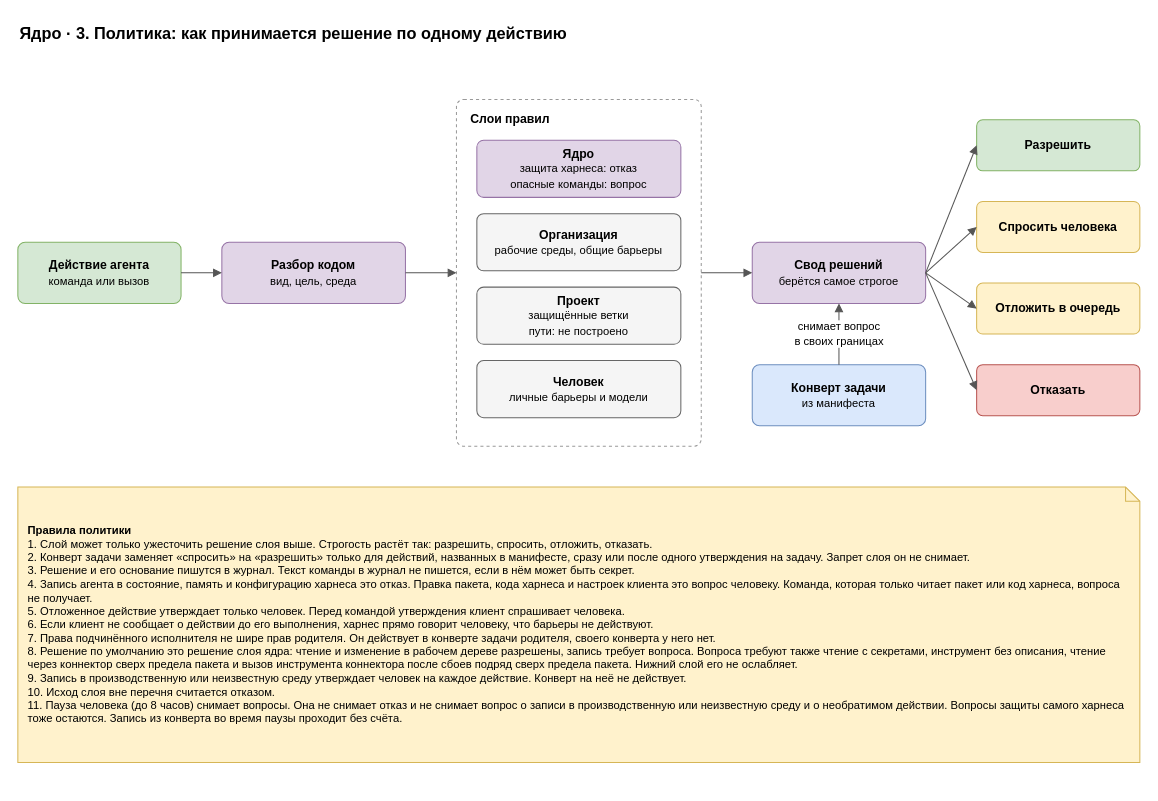
Earlier version of the draw.io diagram page "3. Решение политики" (3 of 7) of docs/spec/harness-core.drawio (roygkov/reins). Source tidied: cells renumbered, new cells numbered last; positions are measured from the earlier drawing's top-left corner, leaving out a move shared by most shapes. Both pictures are drawn from the tidied source at 102%, with x=0, y=0 at pixel (17, 17).
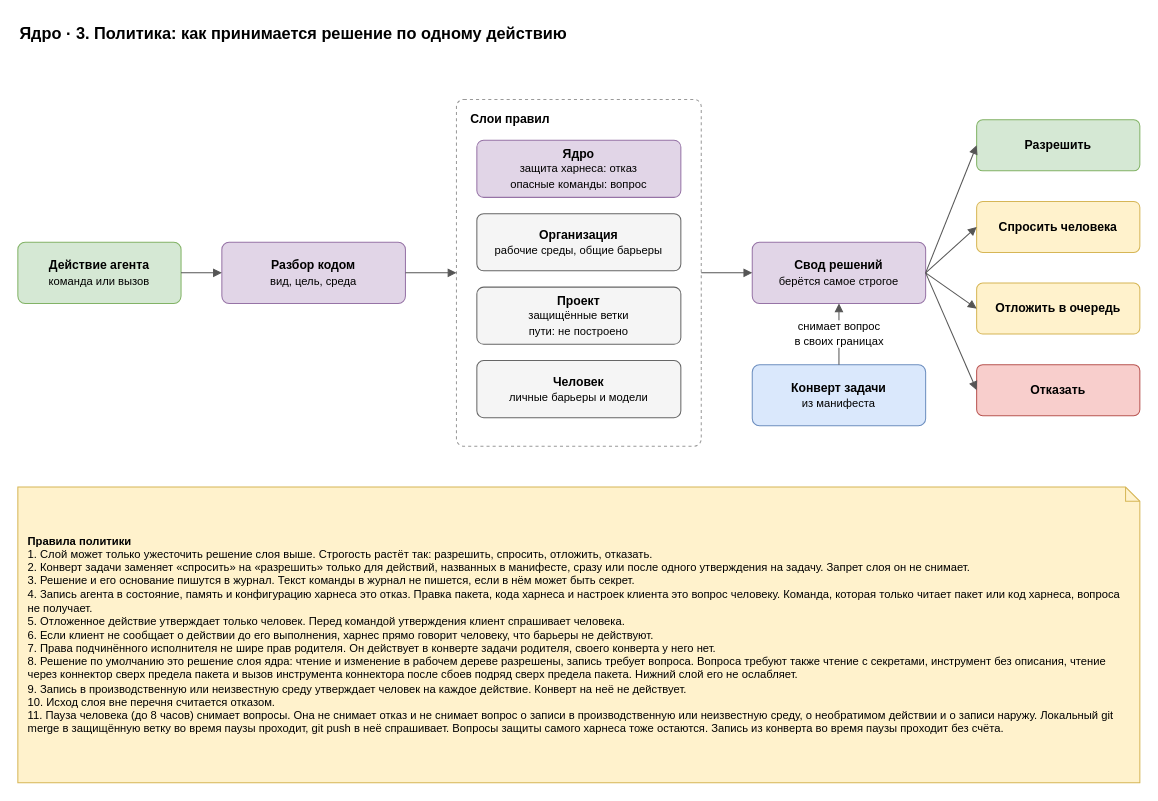
Above is the later version.

Diff of the diagram source:
```diff
@@
-    <mxCell id="24" value="&lt;b&gt;Правила политики&lt;/b&gt;&lt;br&gt;1. Слой может только ужесточить решение слоя выше. Строгость растёт так: разрешить, спросить, отложить, отказать.&lt;br&gt;2. Конверт задачи заменяет «спросить» на «разрешить» только для действий, названных в манифесте, сразу или после одного утверждения на задачу. Запрет слоя он не снимает.&lt;br&gt;3. Решение и его основание пишутся в журнал. Текст команды в журнал не пишется, если в нём может быть секрет.&lt;br&gt;4. Запись агента в состояние, память и конфигурацию харнеса это отказ. Правка пакета, кода харнеса и настроек клиента это вопрос человеку. Команда, которая только читает пакет или код харнеса, вопроса не получает.&lt;br&gt;5. Отложенное действие утверждает только человек. Перед командой утверждения клиент спрашивает человека.&lt;br&gt;6. Если клиент не сообщает о действии до его выполнения, харнес прямо говорит человеку, что барьеры не действуют.&lt;br&gt;7. Права подчинённого исполнителя не шире прав родителя. Он действует в конверте задачи родителя, своего конверта у него нет.&lt;br&gt;8. Решение по умолчанию это решение слоя ядра: чтение и изменение в рабочем дереве разрешены, запись требует вопроса. Вопроса требуют также чтение с секретами, инструмент без описания, чтение через коннектор сверх предела пакета и вызов инструмента коннектора после сбоев подряд сверх предела пакета. Нижний слой его не ослабляет.&lt;br&gt;9. Запись в производственную или неизвестную среду утверждает человек на каждое действие. Конверт на неё не действует.&lt;br&gt;10. Исход слоя вне перечня считается отказом.&lt;br&gt;11. Пауза человека (до 8 часов) снимает вопросы. Она не снимает отказ и не снимает вопрос о записи в производственную или неизвестную среду и о необратимом действии. Вопросы защиты самого харнеса тоже остаются. Запись из конверта во время паузы проходит без счёта." style="shape=note;whiteSpace=wrap;html=1;backgroundOutline=1;size=14;fillColor=#fff2cc;strokeColor=#d6b656;align=left;spacingLeft=8;spacingRight=8;fontSize=11;" parent="1" vertex="1">
-      <mxGeometry y="460" width="1100" height="270" as="geometry" />
+    <mxCell id="24" value="&lt;b&gt;Правила политики&lt;/b&gt;&lt;br&gt;1. Слой может только ужесточить решение слоя выше. Строгость растёт так: разрешить, спросить, отложить, отказать.&lt;br&gt;2. Конверт задачи заменяет «спросить» на «разрешить» только для действий, названных в манифесте, сразу или после одного утверждения на задачу. Запрет слоя он не снимает.&lt;br&gt;3. Решение и его основание пишутся в журнал. Текст команды в журнал не пишется, если в нём может быть секрет.&lt;br&gt;4. Запись агента в состояние, память и конфигурацию харнеса это отказ. Правка пакета, кода харнеса и настроек клиента это вопрос человеку. Команда, которая только читает пакет или код харнеса, вопроса не получает.&lt;br&gt;5. Отложенное действие утверждает только человек. Перед командой утверждения клиент спрашивает человека.&lt;br&gt;6. Если клиент не сообщает о действии до его выполнения, харнес прямо говорит человеку, что барьеры не действуют.&lt;br&gt;7. Права подчинённого исполнителя не шире прав родителя. Он действует в конверте задачи родителя, своего конверта у него нет.&lt;br&gt;8. Решение по умолчанию это решение слоя ядра: чтение и изменение в рабочем дереве разрешены, запись требует вопроса. Вопроса требуют также чтение с секретами, инструмент без описания, чтение через коннектор сверх предела пакета и вызов инструмента коннектора после сбоев подряд сверх предела пакета. Нижний слой его не ослабляет.&lt;br&gt;9. Запись в производственную или неизвестную среду утверждает человек на каждое действие. Конверт на неё не действует.&lt;br&gt;10. Исход слоя вне перечня считается отказом.&lt;br&gt;11. Пауза человека (до 8 часов) снимает вопросы. Она не снимает отказ и не снимает вопрос о записи в производственную или неизвестную среду, о необратимом действии и о записи наружу. Локальный git merge в защищённую ветку во время паузы проходит, git push в неё спрашивает. Вопросы защиты самого харнеса тоже остаются. Запись из конверта во время паузы проходит без счёта." style="shape=note;whiteSpace=wrap;html=1;backgroundOutline=1;size=14;fillColor=#fff2cc;strokeColor=#d6b656;align=left;spacingLeft=8;spacingRight=8;fontSize=11;" parent="1" vertex="1">
+      <mxGeometry y="460" width="1100" height="290" as="geometry" />
     </mxCell>
```
